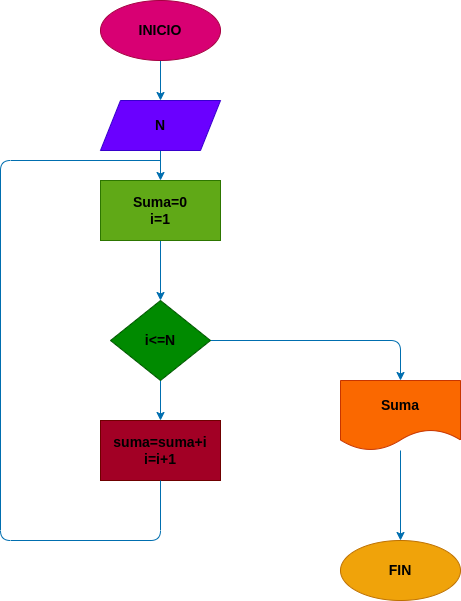
This is diagrama.png from laurarojas1456/Instrucciones_repetitivas, a draw.io export, as it was before one commit. Source tidied: cells renumbered, new cells last; positions are measured from the earlier drawing's top-left corner, leaving out a move shared by most shapes.
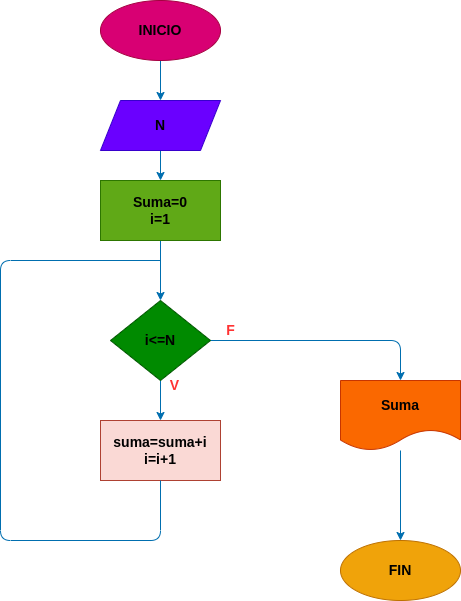
After the change.

Commit message:
Se creó el diagrama de flujo y se agregó al README

The edit, as a diff of the source:
```diff
@@ -42,7 +42,7 @@
     <mxCell id="10" value="&lt;b&gt;&lt;font color=&quot;#000000&quot;&gt;i&amp;lt;=N&lt;/font&gt;&lt;/b&gt;" style="rhombus;whiteSpace=wrap;html=1;fontSize=14;fontColor=#ffffff;fillColor=#008a00;strokeColor=#005700;" parent="1" vertex="1">
       <mxGeometry x="110" y="300" width="100" height="80" as="geometry" />
     </mxCell>
-    <mxCell id="11" value="&lt;b&gt;&lt;font color=&quot;#000000&quot;&gt;suma=suma+i&lt;br&gt;i=i+1&lt;/font&gt;&lt;/b&gt;" style="rounded=0;whiteSpace=wrap;html=1;fontSize=14;fontColor=#ffffff;fillColor=#a20025;strokeColor=#6F0000;" parent="1" vertex="1">
+    <mxCell id="11" value="&lt;b&gt;&lt;font color=&quot;#000000&quot;&gt;suma=suma+i&lt;br&gt;i=i+1&lt;/font&gt;&lt;/b&gt;" style="rounded=0;whiteSpace=wrap;html=1;fontSize=14;fillColor=#fad9d5;strokeColor=#ae4132;" parent="1" vertex="1">
       <mxGeometry x="100" y="420" width="120" height="60" as="geometry" />
     </mxCell>
     <mxCell id="12" style="edgeStyle=none;html=1;fontSize=14;fontColor=#000000;fillColor=#1ba1e2;strokeColor=#006EAF;" parent="1" edge="1" source="13">
@@ -58,13 +58,19 @@
     </mxCell>
     <mxCell id="15" style="endArrow=none;html=1;fontSize=14;fontColor=#000000;exitX=0.5;exitY=1;exitDx=0;exitDy=0;fillColor=#1ba1e2;strokeColor=#006EAF;" parent="1" edge="1" source="11">
       <mxGeometry relative="1" as="geometry">
-        <mxPoint x="160" y="160" as="targetPoint" />
+        <mxPoint x="160" y="260" as="targetPoint" />
         <Array as="points">
           <mxPoint x="160" y="540" />
           <mxPoint y="540" />
-          <mxPoint y="160" />
+          <mxPoint y="260" />
         </Array>
       </mxGeometry>
     </mxCell>
+    <mxCell id="16" value="&lt;b&gt;&lt;font color=&quot;#ff3333&quot;&gt;V&lt;/font&gt;&lt;/b&gt;" style="text;html=1;align=center;verticalAlign=middle;strokeColor=none;fillColor=none;fontSize=14;fontColor=#000000;" parent="1" vertex="1">
+      <mxGeometry x="159" y="370" width="30" height="30" as="geometry" />
+    </mxCell>
+    <mxCell id="17" value="&lt;b&gt;&lt;font color=&quot;#ff3333&quot;&gt;F&lt;/font&gt;&lt;/b&gt;" style="text;html=1;align=center;verticalAlign=middle;strokeColor=none;fillColor=none;fontSize=14;fontColor=#000000;" parent="1" vertex="1">
+      <mxGeometry x="215" y="315" width="30" height="30" as="geometry" />
+    </mxCell>
   </root>
 </mxGraphModel>
```
